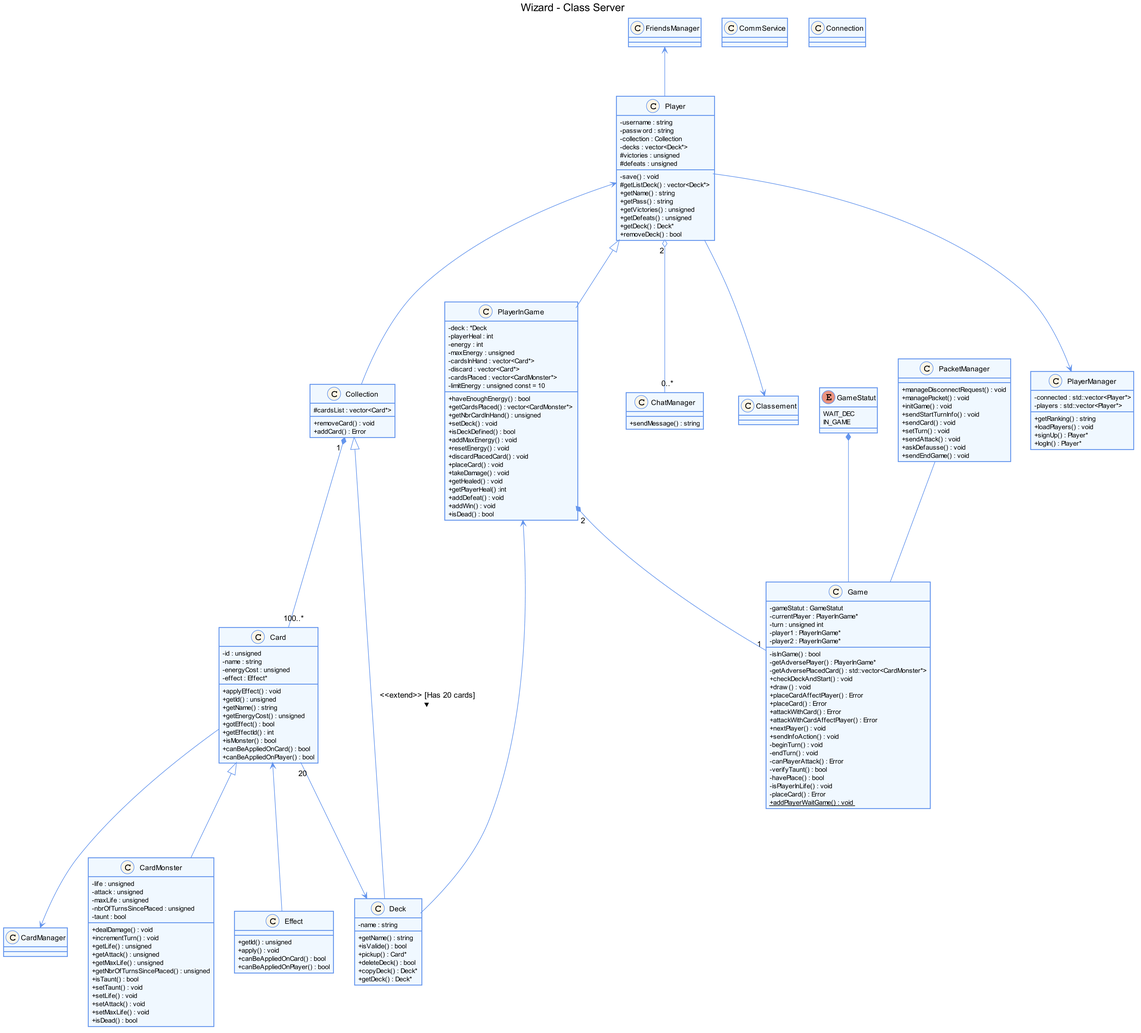
Earlier version of the PlantUML export srd/assets/uml/ClassDiagram3.png (elishadrion/tetris).
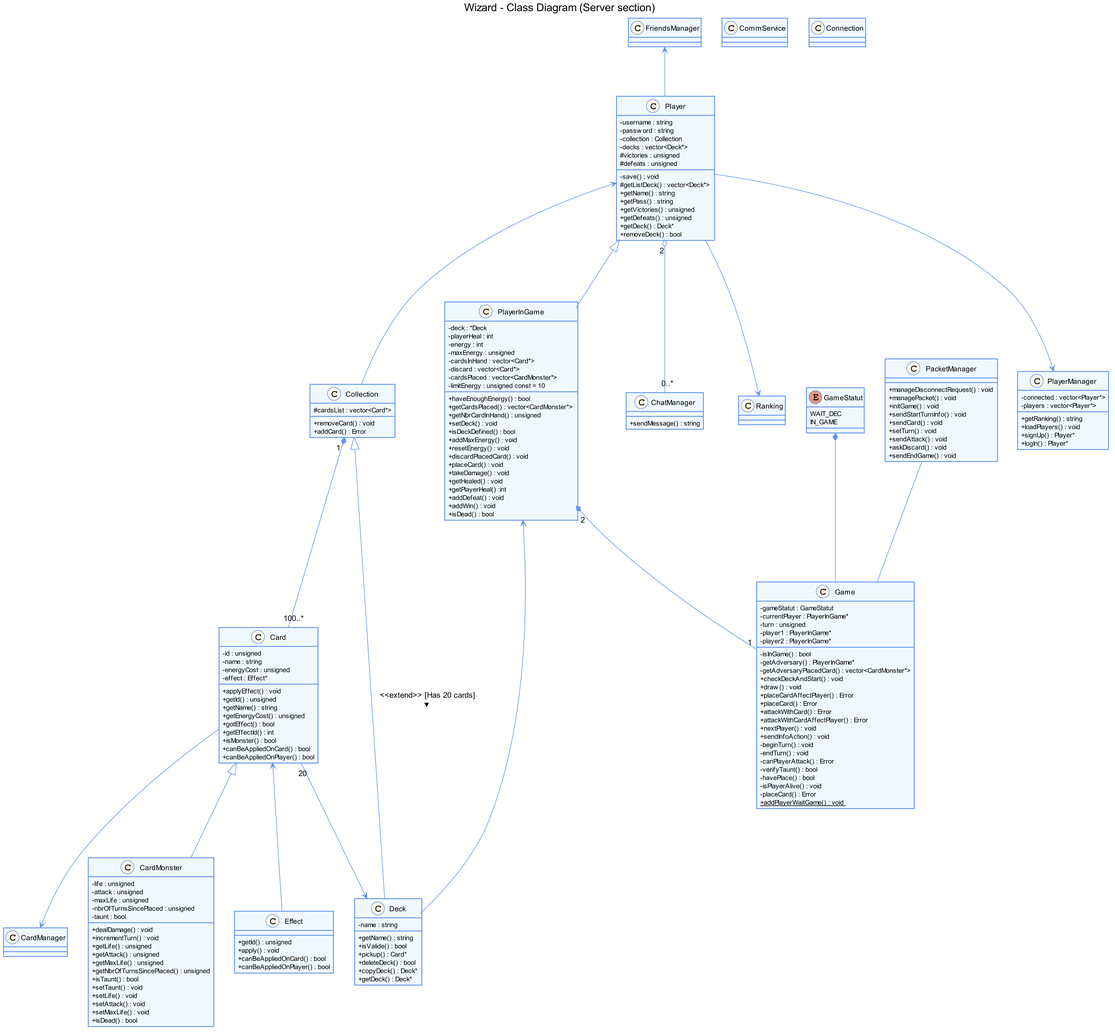
The same file after the commit.

Commit message:
Correcting the previous commit again

Diff of the diagram source:
```diff
@@ -1,5 +1,5 @@
 @startuml
-title Wizard - Class Server
+title Wizard - Class Diagram (Server section)
 
 skinparam classAttributeIconSize 0
 
@@ -59,7 +59,7 @@
   + sendMessage() : string
 }
 
-class Classement {
+class Ranking {
 
 }
 
@@ -102,12 +102,12 @@
 class Game {
   - gameStatut : GameStatut
   - currentPlayer : PlayerInGame*
-  - turn : unsigned int
+  - turn : unsigned
   - player1 : PlayerInGame*
   - player2 : PlayerInGame*
   - isInGame() : bool
-  - getAdversePlayer() : PlayerInGame*
-  - getAdversePlacedCard() : std::vector<CardMonster*>
+  - getAdversary() : PlayerInGame*
+  - getAdversaryPlacedCard() : vector<CardMonster*>
   + checkDeckAndStart() : void
   + draw() : void
   + placeCardAffectPlayer() : Error
@@ -121,7 +121,7 @@
   - canPlayerAttack() : Error
   - verifyTaunt() : bool
   - havePlace() : bool
-  - isPlayerInLife() : void
+  - isPlayerAlive() : void
   - placeCard() : Error
   + {static} addPlayerWaitGame() : void
 }
@@ -139,10 +139,9 @@
   + sendCard() : void
   + setTurn() : void
   + sendAttack() : void
-  + askDefausse() : void
+  + askDiscard() : void
   + sendEndGame() : void
 }
-
 
 
 class Player {
@@ -189,8 +188,8 @@
 }
 
 class PlayerManager {
-  - connected : std::vector<Player*>
-  - players : std::vector<Player*>
+  - connected : vector<Player*>
+  - players : vector<Player*>
   + getRanking() : string
   + loadPlayers() : void
   + signUp() : Player*
@@ -207,7 +206,7 @@
 Card "20" --> Deck
 FriendsManager <-- Player
 Player --> PlayerManager
-Player --> Classement
+Player --> Ranking
 Player "2" o-- "0..*" ChatManager
 Card --> CardManager
 Collection "1" *-- "100..*" Card
```
